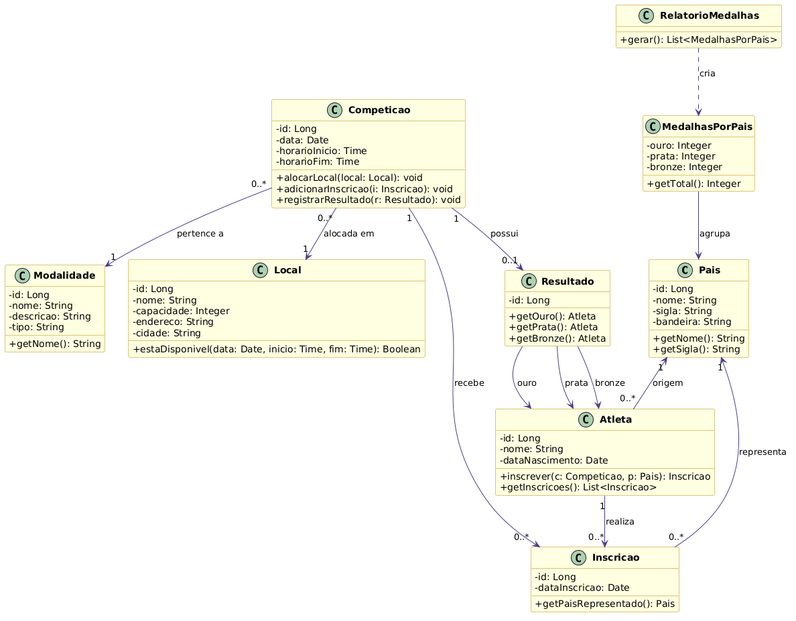
Earlier version of the PlantUML export imagens/diagrama-de-classes.png (mateusferrao/Trabalho---SGO---10-pts).
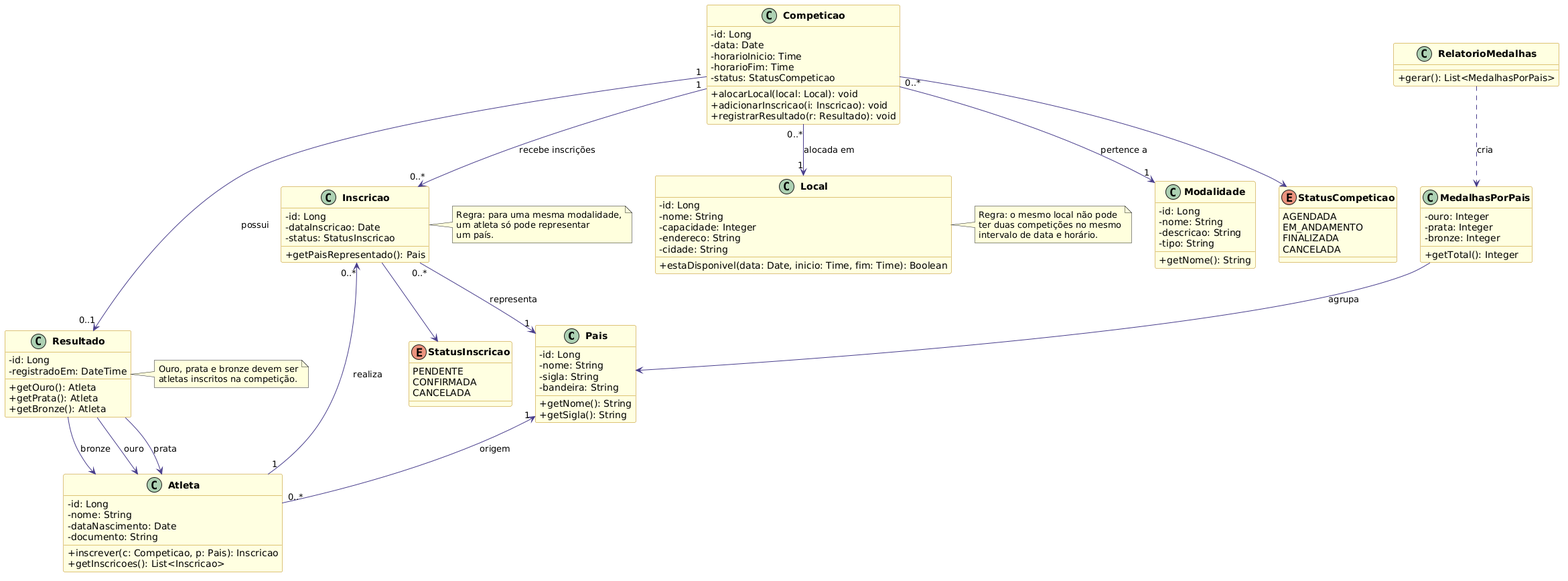
After the change.

Change to the diagram source:
```diff
@@ -20,6 +20,7 @@
   - id: Long
   - nome: String
   - dataNascimento: Date
+  - documento: String
   + inscrever(c: Competicao, p: Pais): Inscricao
   + getInscricoes(): List<Inscricao>
 }
@@ -46,6 +47,7 @@
   - data: Date
   - horarioInicio: Time
   - horarioFim: Time
+  - status: StatusCompeticao
   + alocarLocal(local: Local): void
   + adicionarInscricao(i: Inscricao): void
   + registrarResultado(r: Resultado): void
@@ -54,11 +56,13 @@
 class Inscricao {
   - id: Long
   - dataInscricao: Date
+  - status: StatusInscricao
   + getPaisRepresentado(): Pais
 }
 
 class Resultado {
   - id: Long
+  - registradoEm: DateTime
   + getOuro(): Atleta
   + getPrata(): Atleta
   + getBronze(): Atleta
@@ -75,9 +79,22 @@
   + getTotal(): Integer
 }
 
+enum StatusCompeticao {
+  AGENDADA
+  EM_ANDAMENTO
+  FINALIZADA
+  CANCELADA
+}
+
+enum StatusInscricao {
+  PENDENTE
+  CONFIRMADA
+  CANCELADA
+}
+
 Pais "1" <-- "0..*" Atleta : origem
 Atleta "1" --> "0..*" Inscricao : realiza
-Competicao "1" --> "0..*" Inscricao : recebe
+Competicao "1" --> "0..*" Inscricao : recebe inscrições
 Competicao "0..*" --> "1" Local : alocada em
 Competicao "0..*" --> "1" Modalidade : pertence a
 Competicao "1" --> "0..1" Resultado : possui
@@ -87,4 +104,23 @@
 Resultado --> Atleta : bronze
 RelatorioMedalhas ..> MedalhasPorPais : cria
 MedalhasPorPais --> Pais : agrupa
+Competicao --> StatusCompeticao
+Inscricao --> StatusInscricao
+
+note right of Local
+  Regra: o mesmo local não pode
+  ter duas competições no mesmo
+  intervalo de data e horário.
+end note
+
+note right of Inscricao
+  Regra: para uma mesma modalidade,
+  um atleta só pode representar
+  um país.
+end note
+
+note right of Resultado
+  Ouro, prata e bronze devem ser
+  atletas inscritos na competição.
+end note
 @enduml
```
